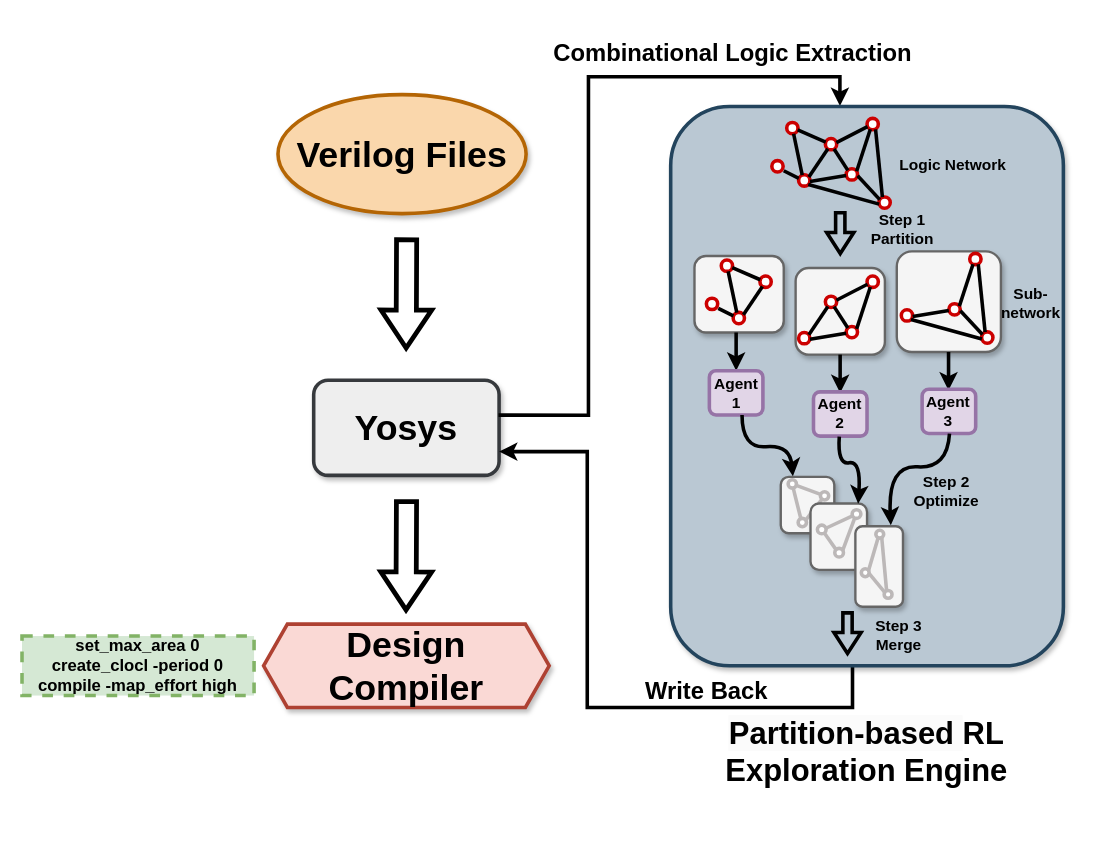
Above: experimentFlow.drawio in kxzhu0505/LogicSynOpt (draw.io), before the change. Source tidied: cells renumbered, new cells numbered last; positions are measured from the earlier drawing's top-left corner, leaving out a move shared by most shapes. Both pictures are drawn from the tidied source at 119%, with x=0, y=0 at pixel (21, 45).
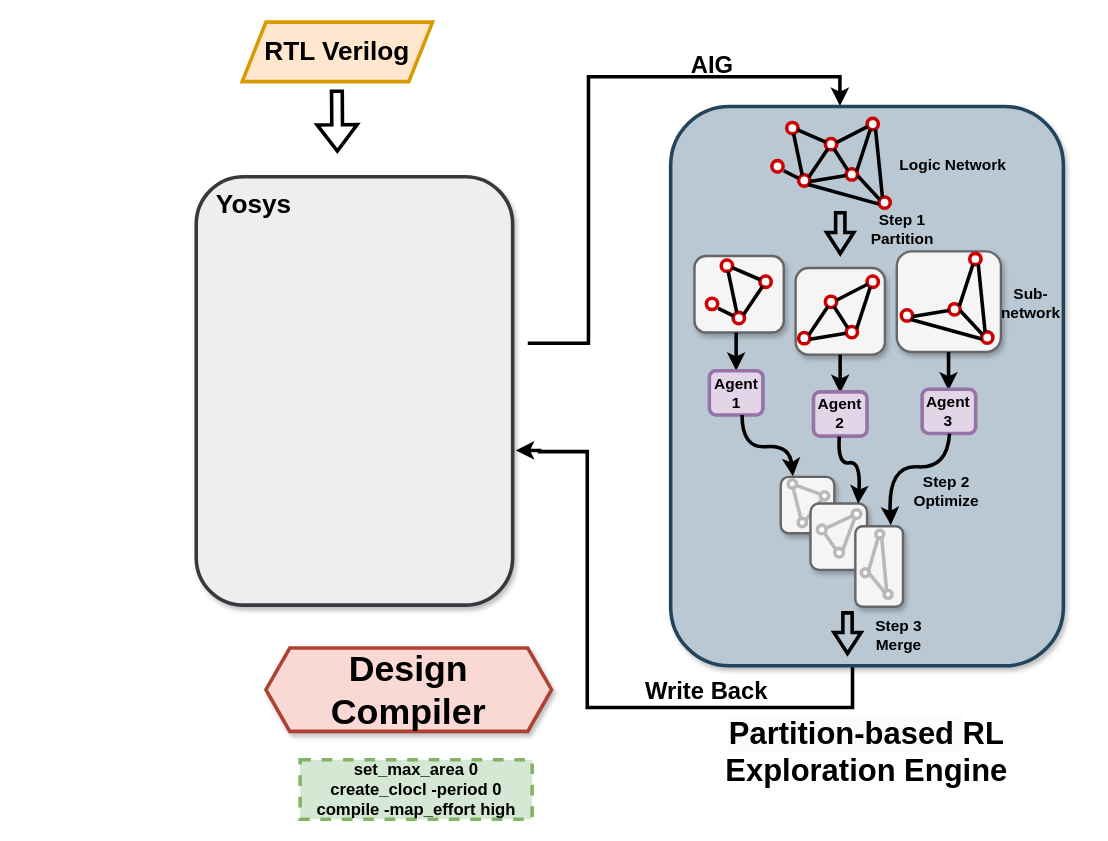
After the change.

Unchanged cells that the change refers to:
```xml
<mxCell id="13" style="rounded=1;whiteSpace=wrap;html=1;fillColor=#bac8d3;strokeColor=#23445d;strokeWidth=3;shadow=1;" parent="1" vertex="1">
  <mxGeometry x="545.1" y="51" width="330" height="470" as="geometry" />
</mxCell>
```

Change to the diagram source:
```diff
@@
-    <mxCell id="2" value="&lt;font face=&quot;Helvetica&quot; size=&quot;1&quot; style=&quot;&quot;&gt;&lt;b style=&quot;font-size: 30px;&quot;&gt;Verilog Files&lt;/b&gt;&lt;/font&gt;" style="ellipse;whiteSpace=wrap;html=1;fillColor=#fad7ac;strokeColor=#b46504;strokeWidth=3;shadow=1;" parent="1" vertex="1">
-      <mxGeometry x="215.1" y="41" width="208.5" height="100" as="geometry" />
-    </mxCell>
     <mxCell id="3" value="&lt;font face=&quot;Helvetica&quot; size=&quot;1&quot;&gt;&lt;b style=&quot;font-size: 30px;&quot;&gt;Design Compiler&lt;/b&gt;&lt;/font&gt;" style="shape=hexagon;perimeter=hexagonPerimeter2;whiteSpace=wrap;html=1;fixedSize=1;strokeColor=#ae4132;fillColor=#fad9d5;strokeWidth=3;shadow=1;" parent="1" vertex="1">
-      <mxGeometry x="203" y="486" width="240" height="70" as="geometry" />
+      <mxGeometry x="205" y="506.1" width="240" height="70" as="geometry" />
     </mxCell>
     <mxCell id="4" value="&lt;font face=&quot;Helvetica&quot; style=&quot;font-size: 14px;&quot;&gt;&lt;b style=&quot;&quot;&gt;set_max_area 0&lt;br&gt;create_clocl -period 0&lt;br&gt;compile -map_effort high&lt;/b&gt;&lt;/font&gt;" style="rounded=0;whiteSpace=wrap;html=1;dashed=1;perimeterSpacing=3;strokeWidth=3;fillColor=#d5e8d4;strokeColor=#82b366;" parent="1" vertex="1">
-      <mxGeometry y="496" width="195" height="50" as="geometry" />
+      <mxGeometry x="233.7" y="600" width="195" height="50" as="geometry" />
     </mxCell>
-    <mxCell id="5" value="&lt;font size=&quot;1&quot; style=&quot;&quot;&gt;&lt;b style=&quot;font-size: 30px;&quot;&gt;Yosys&lt;/b&gt;&lt;/font&gt;" style="rounded=1;whiteSpace=wrap;html=1;fillColor=#eeeeee;strokeColor=#36393d;strokeWidth=3;shadow=1;" parent="1" vertex="1">
-      <mxGeometry x="245.1" y="281" width="155.8" height="80" as="geometry" />
+    <mxCell id="5" style="rounded=1;whiteSpace=wrap;html=1;fillColor=#eeeeee;strokeColor=#36393d;strokeWidth=3;shadow=1;" parent="1" vertex="1">
+      <mxGeometry x="146.4" y="110" width="265.9" height="360" as="geometry" />
     </mxCell>
-    <mxCell id="6" style="shape=flexArrow;endArrow=classic;html=1;rounded=0;strokeWidth=4;endWidth=21.683501683501685;endSize=9.308333333333332;width=13.93939393939394;" parent="1" edge="1">
+    <mxCell id="6" style="shape=flexArrow;endArrow=classic;html=1;rounded=0;strokeWidth=3;endWidth=21.683501683501685;endSize=6.3933333333333335;width=7;" parent="1" edge="1">
       <mxGeometry relative="1" as="geometry">
-        <mxPoint x="323.2" y="161" as="sourcePoint" />
-        <mxPoint x="322.8" y="256" as="targetPoint" />
+        <mxPoint x="264.6" y="36.7" as="sourcePoint" />
+        <mxPoint x="265" y="90" as="targetPoint" />
       </mxGeometry>
     </mxCell>
-    <mxCell id="7" style="shape=flexArrow;endArrow=classic;html=1;rounded=0;strokeWidth=4;endWidth=21.683501683501685;endSize=9.308333333333332;width=13.93939393939394;" parent="1" edge="1">
-      <mxGeometry relative="1" as="geometry">
-        <mxPoint x="323.1" y="381" as="sourcePoint" />
-        <mxPoint x="322.7" y="476" as="targetPoint" />
-      </mxGeometry>
-    </mxCell>
-    <mxCell id="8" style="endArrow=classic;html=1;rounded=0;strokeWidth=3;entryX=0.431;entryY=-0.001;entryDx=0;entryDy=0;entryPerimeter=0;edgeStyle=orthogonalEdgeStyle;exitX=0.997;exitY=0.367;exitDx=0;exitDy=0;exitPerimeter=0;" parent="1" edge="1" source="5" target="13">
+    <mxCell id="8" style="endArrow=classic;html=1;rounded=0;strokeWidth=3;entryX=0.431;entryY=-0.001;entryDx=0;entryDy=0;entryPerimeter=0;edgeStyle=orthogonalEdgeStyle;" parent="1" edge="1" target="13">
       <mxGeometry relative="1" as="geometry">
+        <mxPoint x="425" y="250" as="sourcePoint" />
         <Array as="points">
-          <mxPoint x="476" y="310" />
+          <mxPoint x="476" y="250" />
           <mxPoint x="476" y="26" />
           <mxPoint x="687" y="26" />
         </Array>
       </mxGeometry>
     </mxCell>
-    <mxCell id="9" style="endArrow=classic;html=1;rounded=0;strokeWidth=3;entryX=1;entryY=0.75;entryDx=0;entryDy=0;edgeStyle=orthogonalEdgeStyle;exitX=0.463;exitY=1.002;exitDx=0;exitDy=0;exitPerimeter=0;" parent="1" edge="1" source="13" target="5">
+    <mxCell id="9" style="endArrow=classic;html=1;rounded=0;strokeWidth=3;edgeStyle=orthogonalEdgeStyle;exitX=0.463;exitY=1.002;exitDx=0;exitDy=0;exitPerimeter=0;" parent="1" edge="1" source="13">
       <mxGeometry relative="1" as="geometry">
+        <mxPoint x="415" y="340" as="targetPoint" />
         <Array as="points">
           <mxPoint x="698" y="556" />
           <mxPoint x="475" y="556" />
           <mxPoint x="475" y="341" />
+          <mxPoint x="435" y="341" />
+          <mxPoint x="435" y="340" />
         </Array>
       </mxGeometry>
     </mxCell>
-    <mxCell id="10" value="&lt;font size=&quot;1&quot; style=&quot;&quot;&gt;&lt;b style=&quot;font-size: 20px;&quot;&gt;Combinational&amp;nbsp;Logic Extraction&lt;/b&gt;&lt;/font&gt;" style="text;html=1;align=center;verticalAlign=middle;whiteSpace=wrap;rounded=0;" parent="1" vertex="1">
-      <mxGeometry x="400.9" width="392.5" height="10.2" as="geometry" />
+    <mxCell id="10" value="&lt;span style=&quot;font-size: 20px;&quot;&gt;&lt;b&gt;AIG&amp;nbsp;&lt;/b&gt;&lt;/span&gt;" style="text;html=1;align=center;verticalAlign=middle;whiteSpace=wrap;rounded=0;" parent="1" vertex="1">
+      <mxGeometry x="546" y="10" width="74.1" height="10.2" as="geometry" />
     </mxCell>
@@
+    <mxCell id="100" value="&lt;b style=&quot;&quot;&gt;&lt;font style=&quot;font-size: 22px;&quot;&gt;RTL Verilog&lt;/font&gt;&lt;/b&gt;" style="shape=parallelogram;perimeter=parallelogramPerimeter;whiteSpace=wrap;html=1;fixedSize=1;fillColor=#ffe6cc;strokeColor=#d79b00;strokeWidth=3;" parent="1" vertex="1">
+      <mxGeometry x="185" y="-19.9" width="160" height="50" as="geometry" />
+    </mxCell>
+    <mxCell id="101" value="&lt;font style=&quot;font-size: 22px;&quot;&gt;&lt;b&gt;Yosys&lt;/b&gt;&lt;/font&gt;" style="text;html=1;align=center;verticalAlign=middle;whiteSpace=wrap;rounded=0;" parent="1" vertex="1">
+      <mxGeometry x="165" y="119" width="60" height="30" as="geometry" />
+    </mxCell>
```
